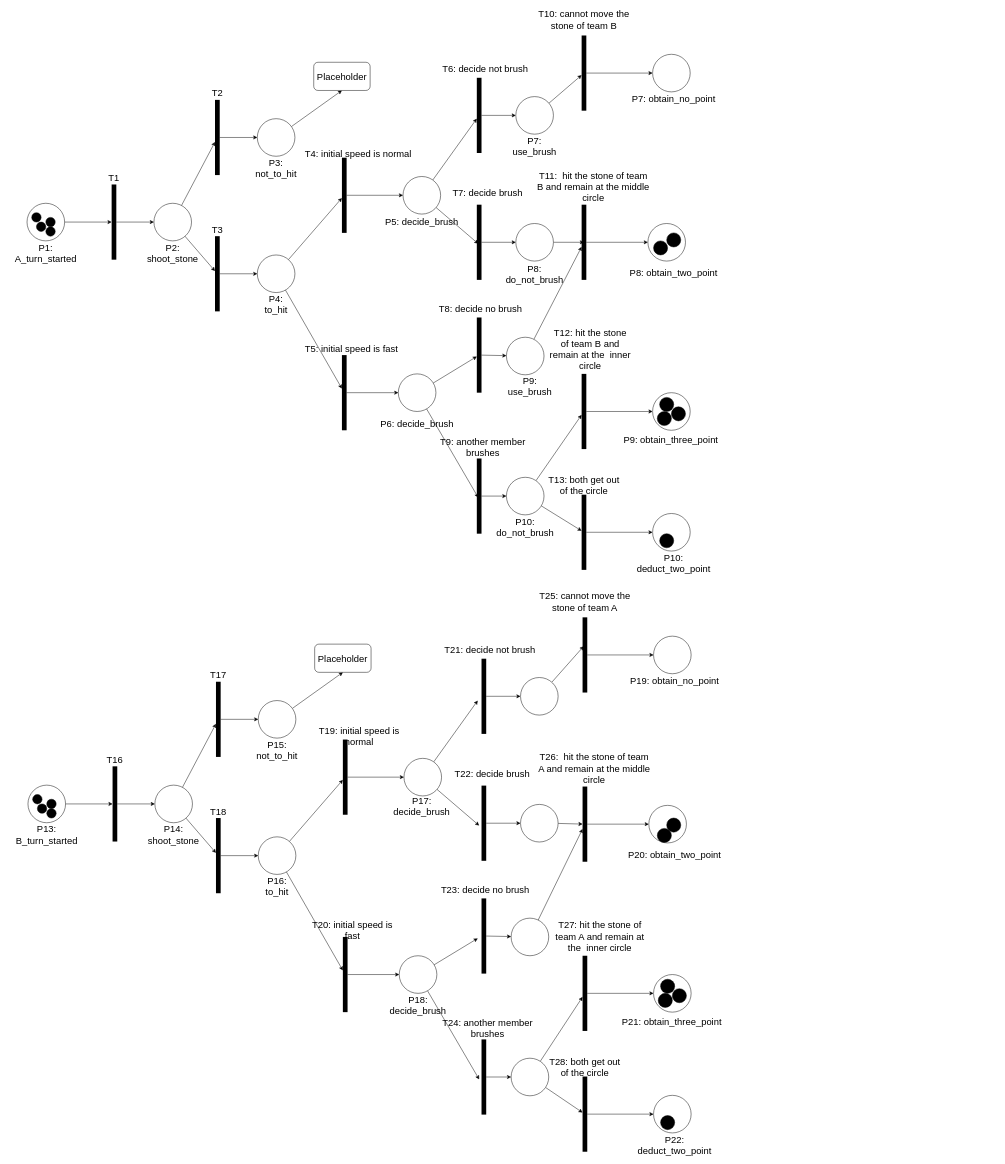
Earlier version of the draw.io diagram 3100asmt3Q2.2.drawio (wkng0/heyy). Source tidied: cells renumbered, new cells numbered last; positions are measured from the earlier drawing's top-left corner, leaving out a move shared by most shapes. Both pictures are drawn from the tidied source at 47%, with x=0, y=0 at pixel (8, 10).
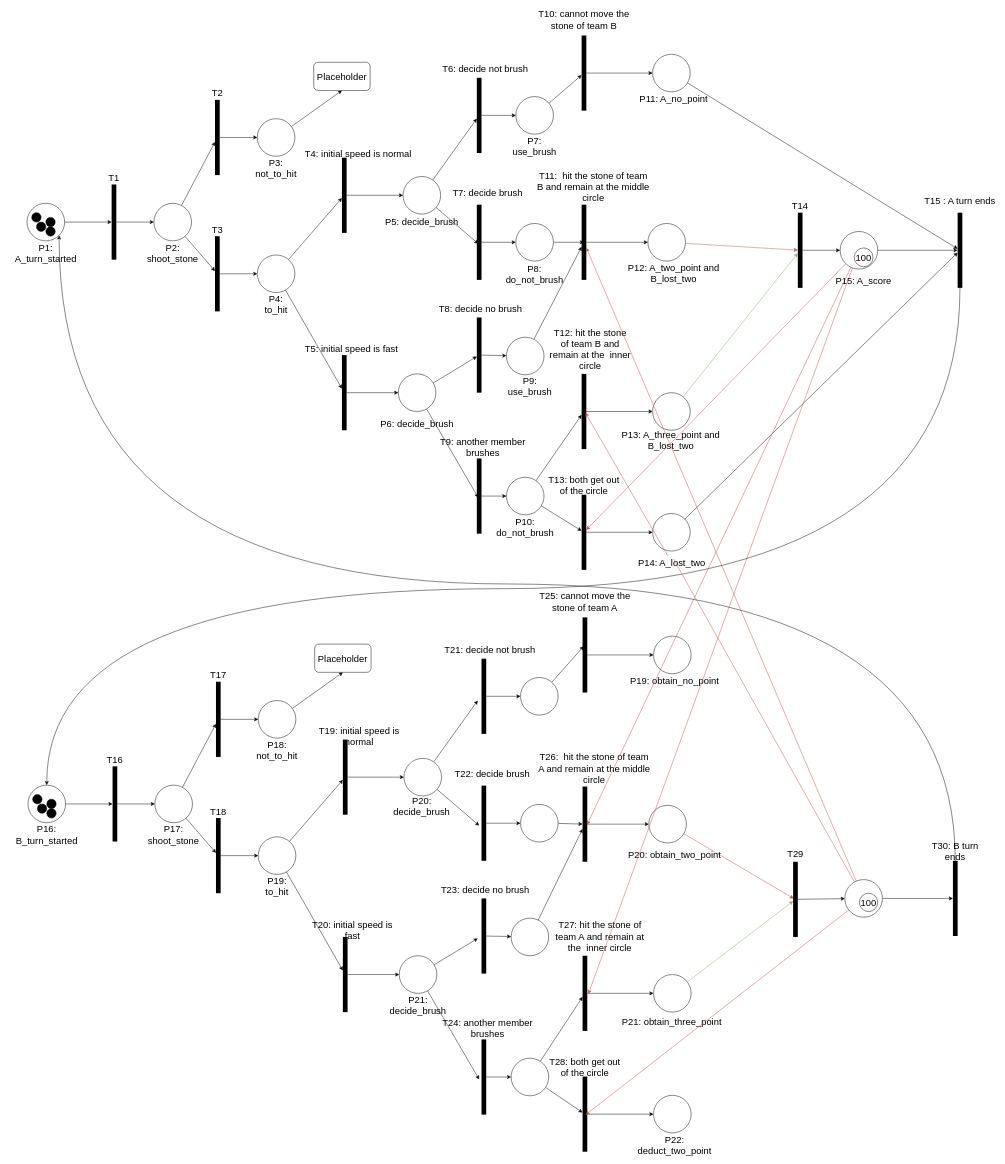
Above is the later version.

The change refers to these unchanged cells:
```xml
<mxCell id="3" style="ellipse;whiteSpace=wrap;html=1;fontSize=20;strokeWidth=1;fillColor=#FFFFFF;" parent="1" vertex="1">
  <mxGeometry x="40" y="410" width="80" height="80" as="geometry" />
</mxCell>
<mxCell id="58" style="ellipse;whiteSpace=wrap;html=1;fontSize=20;strokeWidth=1;fillColor=#FFFFFF;" parent="1" vertex="1">
  <mxGeometry x="1371" y="93" width="80" height="80" as="geometry" />
</mxCell>
<mxCell id="62" style="line;strokeWidth=10;direction=south;html=1;fontSize=20;fillColor=#FFFFFF;" parent="1" vertex="1">
  <mxGeometry x="1220" y="413" width="10" height="160" as="geometry" />
</mxCell>
<mxCell id="63" style="ellipse;whiteSpace=wrap;html=1;fontSize=20;strokeWidth=1;fillColor=#FFFFFF;" parent="1" vertex="1">
  <mxGeometry x="1361" y="453" width="80" height="80" as="geometry" />
</mxCell>
<mxCell id="66" style="line;strokeWidth=10;direction=south;html=1;fontSize=20;fillColor=#FFFFFF;" parent="1" vertex="1">
  <mxGeometry x="1220" y="773" width="10" height="160" as="geometry" />
</mxCell>
<mxCell id="68" style="ellipse;whiteSpace=wrap;html=1;fontSize=20;strokeWidth=1;fillColor=#FFFFFF;" parent="1" vertex="1">
  <mxGeometry x="1371" y="813" width="80" height="80" as="geometry" />
</mxCell>
<mxCell id="75" style="line;strokeWidth=10;direction=south;html=1;fontSize=20;fillColor=#FFFFFF;" parent="1" vertex="1">
  <mxGeometry x="1220" y="1030" width="10" height="160" as="geometry" />
</mxCell>
<mxCell id="77" style="ellipse;whiteSpace=wrap;html=1;fontSize=20;strokeColor=#000000;strokeWidth=1;fillColor=#FFFFFF;" parent="1" vertex="1">
  <mxGeometry x="1371" y="1070" width="80" height="80" as="geometry" />
</mxCell>
<mxCell id="81" style="ellipse;whiteSpace=wrap;html=1;fontSize=20;strokeWidth=1;fillColor=#FFFFFF;" parent="1" vertex="1">
  <mxGeometry x="42" y="1648" width="80" height="80" as="geometry" />
</mxCell>
<mxCell id="128" style="line;strokeWidth=10;direction=south;html=1;fontSize=20;fillColor=#FFFFFF;" parent="1" vertex="1">
  <mxGeometry x="1222" y="1651" width="10" height="160" as="geometry" />
</mxCell>
<mxCell id="129" style="ellipse;whiteSpace=wrap;html=1;fontSize=20;strokeWidth=1;fillColor=#FFFFFF;" parent="1" vertex="1">
  <mxGeometry x="1363" y="1691" width="80" height="80" as="geometry" />
</mxCell>
<mxCell id="132" style="line;strokeWidth=10;direction=south;html=1;fontSize=20;fillColor=#FFFFFF;" parent="1" vertex="1">
  <mxGeometry x="1222" y="2011" width="10" height="160" as="geometry" />
</mxCell>
<mxCell id="134" style="ellipse;whiteSpace=wrap;html=1;fontSize=20;strokeWidth=1;fillColor=#FFFFFF;" parent="1" vertex="1">
  <mxGeometry x="1373" y="2051" width="80" height="80" as="geometry" />
</mxCell>
<mxCell id="141" style="line;strokeWidth=10;direction=south;html=1;fontSize=20;fillColor=#FFFFFF;" parent="1" vertex="1">
  <mxGeometry x="1222" y="2268" width="10" height="160" as="geometry" />
</mxCell>
```

Diff of the diagram source:
```diff
@@
+    <mxCell id="184" style="edgeStyle=none;rounded=0;jettySize=auto;html=1;fontSize=20;" parent="1" edge="1" source="58" target="207">
+      <mxGeometry relative="1" as="geometry" />
+    </mxCell>
@@
-    <mxCell id="59" value="P7: obtain_no_point" style="text;html=1;strokeColor=none;fillColor=none;align=center;verticalAlign=middle;whiteSpace=wrap;rounded=0;fontSize=20;" parent="1" vertex="1">
+    <mxCell id="59" value="P11: A_no_point" style="text;html=1;strokeColor=none;fillColor=none;align=center;verticalAlign=middle;whiteSpace=wrap;rounded=0;fontSize=20;" parent="1" vertex="1">
       <mxGeometry x="1311" y="173" width="210" height="30" as="geometry" />
     </mxCell>
@@
+    <mxCell id="185" style="edgeStyle=none;rounded=0;jettySize=auto;html=1;fontSize=20;fillColor=#f8cecc;strokeColor=#b85450;" parent="1" edge="1" source="63" target="191">
+      <mxGeometry relative="1" as="geometry" />
+    </mxCell>
@@
-    <mxCell id="64" value="P8: obtain_two_point" style="text;html=1;strokeColor=none;fillColor=none;align=center;verticalAlign=middle;whiteSpace=wrap;rounded=0;fontSize=20;" parent="1" vertex="1">
+    <mxCell id="64" value="P12: A_two_point and B_lost_two" style="text;html=1;strokeColor=none;fillColor=none;align=center;verticalAlign=middle;whiteSpace=wrap;rounded=0;fontSize=20;" parent="1" vertex="1">
       <mxGeometry x="1306" y="543" width="220" height="30" as="geometry" />
     </mxCell>
@@
+    <mxCell id="186" style="edgeStyle=none;rounded=0;jettySize=auto;html=1;fontSize=20;fillColor=#d5e8d4;strokeColor=#82b366;" parent="1" edge="1" source="68" target="191">
+      <mxGeometry relative="1" as="geometry" />
+    </mxCell>
@@
-    <mxCell id="69" value="P9: obtain_three_point" style="text;html=1;strokeColor=none;fillColor=none;align=center;verticalAlign=middle;whiteSpace=wrap;rounded=0;fontSize=20;" parent="1" vertex="1">
+    <mxCell id="69" value="P13: A_three_point and B_lost_two" style="text;html=1;strokeColor=none;fillColor=none;align=center;verticalAlign=middle;whiteSpace=wrap;rounded=0;fontSize=20;" parent="1" vertex="1">
       <mxGeometry x="1300" y="898" width="220" height="30" as="geometry" />
     </mxCell>
-    <mxCell id="70" style="ellipse;whiteSpace=wrap;html=1;fontSize=20;strokeWidth=1;fillColor=#000000;" parent="1" vertex="1">
-      <mxGeometry x="1373" y="490" width="30" height="30" as="geometry" />
-    </mxCell>
-    <mxCell id="71" style="ellipse;whiteSpace=wrap;html=1;fontSize=20;strokeWidth=1;fillColor=#000000;" parent="1" vertex="1">
-      <mxGeometry x="1411" y="843" width="30" height="30" as="geometry" />
-    </mxCell>
-    <mxCell id="72" style="ellipse;whiteSpace=wrap;html=1;fontSize=20;strokeWidth=1;fillColor=#000000;" parent="1" vertex="1">
-      <mxGeometry x="1381" y="853" width="30" height="30" as="geometry" />
-    </mxCell>
@@
+    <mxCell id="187" style="rounded=0;jettySize=auto;html=1;fontSize=20;" parent="1" edge="1" source="77" target="207">
+      <mxGeometry relative="1" as="geometry" />
+    </mxCell>
@@
-    <mxCell id="78" value="P10: deduct_two_point" style="text;html=1;strokeColor=none;fillColor=none;align=center;verticalAlign=middle;whiteSpace=wrap;rounded=0;fontSize=20;" parent="1" vertex="1">
-      <mxGeometry x="1386" y="1160" width="60" height="30" as="geometry" />
-    </mxCell>
-    <mxCell id="79" style="ellipse;whiteSpace=wrap;html=1;fontSize=20;strokeWidth=1;fillColor=#000000;" parent="1" vertex="1">
-      <mxGeometry x="1386" y="1113" width="30" height="30" as="geometry" />
-    </mxCell>
@@
-    <mxCell id="82" value="P13: B_turn_started" style="text;html=1;strokeColor=none;fillColor=none;align=center;verticalAlign=middle;whiteSpace=wrap;rounded=0;fontSize=20;" parent="1" vertex="1">
+    <mxCell id="82" value="P16: B_turn_started" style="text;html=1;strokeColor=none;fillColor=none;align=center;verticalAlign=middle;whiteSpace=wrap;rounded=0;fontSize=20;" parent="1" vertex="1">
       <mxGeometry x="2" y="1738" width="160" height="30" as="geometry" />
     </mxCell>
@@
-    <mxCell id="93" value="P14: shoot_stone" style="text;html=1;strokeColor=none;fillColor=none;align=center;verticalAlign=middle;whiteSpace=wrap;rounded=0;fontSize=20;" parent="1" vertex="1">
+    <mxCell id="93" value="P17: shoot_stone" style="text;html=1;strokeColor=none;fillColor=none;align=center;verticalAlign=middle;whiteSpace=wrap;rounded=0;fontSize=20;" parent="1" vertex="1">
       <mxGeometry x="322" y="1738" width="60" height="30" as="geometry" />
     </mxCell>
@@
-    <mxCell id="99" value="P15: not_to_hit" style="text;html=1;strokeColor=none;fillColor=none;align=center;verticalAlign=middle;whiteSpace=wrap;rounded=0;fontSize=20;" parent="1" vertex="1">
+    <mxCell id="99" value="P18: not_to_hit" style="text;html=1;strokeColor=none;fillColor=none;align=center;verticalAlign=middle;whiteSpace=wrap;rounded=0;fontSize=20;" parent="1" vertex="1">
       <mxGeometry x="542" y="1558" width="60" height="30" as="geometry" />
     </mxCell>
@@
-    <mxCell id="107" value="P16:&lt;br&gt;to_hit" style="text;html=1;strokeColor=none;fillColor=none;align=center;verticalAlign=middle;whiteSpace=wrap;rounded=0;fontSize=20;" parent="1" vertex="1">
+    <mxCell id="107" value="P19:&lt;br&gt;to_hit" style="text;html=1;strokeColor=none;fillColor=none;align=center;verticalAlign=middle;whiteSpace=wrap;rounded=0;fontSize=20;" parent="1" vertex="1">
       <mxGeometry x="542" y="1848" width="60" height="30" as="geometry" />
     </mxCell>
@@
-    <mxCell id="116" value="P17: decide_brush" style="text;html=1;strokeColor=none;fillColor=none;align=center;verticalAlign=middle;whiteSpace=wrap;rounded=0;fontSize=20;" parent="1" vertex="1">
+    <mxCell id="116" value="P20: decide_brush" style="text;html=1;strokeColor=none;fillColor=none;align=center;verticalAlign=middle;whiteSpace=wrap;rounded=0;fontSize=20;" parent="1" vertex="1">
       <mxGeometry x="800" y="1678" width="160" height="30" as="geometry" />
     </mxCell>
@@
-    <mxCell id="120" value="P18: decide_brush" style="text;html=1;strokeColor=none;fillColor=none;align=center;verticalAlign=middle;whiteSpace=wrap;rounded=0;fontSize=20;" parent="1" vertex="1">
+    <mxCell id="120" value="P21: decide_brush" style="text;html=1;strokeColor=none;fillColor=none;align=center;verticalAlign=middle;whiteSpace=wrap;rounded=0;fontSize=20;" parent="1" vertex="1">
       <mxGeometry x="792" y="2101" width="160" height="30" as="geometry" />
     </mxCell>
@@
+    <mxCell id="188" style="edgeStyle=none;rounded=0;jettySize=auto;html=1;entryX=0.49;entryY=0.857;entryDx=0;entryDy=0;entryPerimeter=0;fontSize=20;fillColor=#f8cecc;strokeColor=#b85450;" parent="1" edge="1" source="129" target="199">
+      <mxGeometry relative="1" as="geometry" />
+    </mxCell>
@@
+    <mxCell id="189" style="edgeStyle=none;rounded=0;jettySize=auto;html=1;fontSize=20;fillColor=#d5e8d4;strokeColor=#82b366;" parent="1" edge="1" source="134" target="199">
+      <mxGeometry relative="1" as="geometry" />
+    </mxCell>
@@
-    <mxCell id="136" style="ellipse;whiteSpace=wrap;html=1;fontSize=20;strokeWidth=1;fillColor=#000000;" parent="1" vertex="1">
-      <mxGeometry x="1381" y="1740" width="30" height="30" as="geometry" />
-    </mxCell>
-    <mxCell id="137" style="ellipse;whiteSpace=wrap;html=1;fontSize=20;strokeWidth=1;fillColor=#000000;" parent="1" vertex="1">
-      <mxGeometry x="1413" y="2081" width="30" height="30" as="geometry" />
-    </mxCell>
-    <mxCell id="138" style="ellipse;whiteSpace=wrap;html=1;fontSize=20;strokeWidth=1;fillColor=#000000;" parent="1" vertex="1">
-      <mxGeometry x="1383" y="2091" width="30" height="30" as="geometry" />
-    </mxCell>
@@
-    <mxCell id="145" style="ellipse;whiteSpace=wrap;html=1;fontSize=20;strokeWidth=1;fillColor=#000000;" parent="1" vertex="1">
-      <mxGeometry x="1388" y="2351" width="30" height="30" as="geometry" />
-    </mxCell>
-    <mxCell id="146" style="ellipse;whiteSpace=wrap;html=1;fontSize=20;strokeWidth=1;fillColor=#000000;" parent="1" vertex="1">
-      <mxGeometry x="1401" y="473" width="30" height="30" as="geometry" />
-    </mxCell>
-    <mxCell id="147" style="ellipse;whiteSpace=wrap;html=1;fontSize=20;strokeWidth=1;fillColor=#000000;" parent="1" vertex="1">
-      <mxGeometry x="1386" y="823" width="30" height="30" as="geometry" />
-    </mxCell>
-    <mxCell id="148" style="ellipse;whiteSpace=wrap;html=1;fontSize=20;strokeWidth=1;fillColor=#000000;" parent="1" vertex="1">
-      <mxGeometry x="1401" y="1718" width="30" height="30" as="geometry" />
-    </mxCell>
-    <mxCell id="149" style="ellipse;whiteSpace=wrap;html=1;fontSize=20;strokeWidth=1;fillColor=#000000;" parent="1" vertex="1">
-      <mxGeometry x="1388" y="2061" width="30" height="30" as="geometry" />
-    </mxCell>
@@
+    <mxCell id="190" style="edgeStyle=none;rounded=0;jettySize=auto;html=1;entryX=0;entryY=0.5;entryDx=0;entryDy=0;fontSize=20;" parent="1" edge="1" source="191" target="196">
+      <mxGeometry relative="1" as="geometry" />
+    </mxCell>
+    <mxCell id="191" style="line;strokeWidth=10;direction=south;html=1;fontSize=20;fillColor=#FFFFFF;" parent="1" vertex="1">
+      <mxGeometry x="1680" y="430" width="10" height="160" as="geometry" />
+    </mxCell>
+    <mxCell id="192" style="edgeStyle=none;rounded=0;jettySize=auto;html=1;fontSize=20;fillColor=#f8cecc;strokeColor=#b85450;" parent="1" edge="1" source="196" target="75">
+      <mxGeometry relative="1" as="geometry" />
+    </mxCell>
+    <mxCell id="193" style="edgeStyle=none;rounded=0;jettySize=auto;html=1;fontSize=20;" parent="1" edge="1" source="196" target="207">
+      <mxGeometry relative="1" as="geometry" />
+    </mxCell>
+    <mxCell id="194" style="edgeStyle=none;rounded=0;jettySize=auto;html=1;entryX=0.508;entryY=0.057;entryDx=0;entryDy=0;entryPerimeter=0;fontSize=20;fillColor=#f8cecc;strokeColor=#b85450;" parent="1" edge="1" source="196" target="128">
+      <mxGeometry relative="1" as="geometry" />
+    </mxCell>
+    <mxCell id="195" style="edgeStyle=none;rounded=0;jettySize=auto;html=1;entryX=0.508;entryY=-0.229;entryDx=0;entryDy=0;entryPerimeter=0;fontSize=20;fillColor=#f8cecc;strokeColor=#b85450;" parent="1" edge="1" source="196" target="132">
+      <mxGeometry relative="1" as="geometry" />
+    </mxCell>
+    <mxCell id="196" style="ellipse;whiteSpace=wrap;html=1;fontSize=20;" parent="1" vertex="1">
+      <mxGeometry x="1770" y="470" width="80" height="80" as="geometry" />
+    </mxCell>
+    <mxCell id="197" value="100" style="ellipse;whiteSpace=wrap;html=1;fontSize=20;" parent="1" vertex="1">
+      <mxGeometry x="1800" y="505" width="40" height="40" as="geometry" />
+    </mxCell>
+    <mxCell id="198" style="edgeStyle=none;rounded=0;jettySize=auto;html=1;fontSize=20;" parent="1" edge="1" source="199" target="204">
+      <mxGeometry relative="1" as="geometry" />
+    </mxCell>
+    <mxCell id="199" style="line;strokeWidth=10;direction=south;html=1;fontSize=20;fillColor=#FFFFFF;" parent="1" vertex="1">
+      <mxGeometry x="1670" y="1811" width="10" height="160" as="geometry" />
+    </mxCell>
+    <mxCell id="200" style="edgeStyle=none;rounded=0;jettySize=auto;html=1;fontSize=20;fillColor=#f8cecc;strokeColor=#b85450;" parent="1" edge="1" source="204" target="62">
+      <mxGeometry relative="1" as="geometry" />
+    </mxCell>
+    <mxCell id="201" style="edgeStyle=none;rounded=0;jettySize=auto;html=1;entryX=0.516;entryY=0.2;entryDx=0;entryDy=0;entryPerimeter=0;fontSize=20;fillColor=#f8cecc;strokeColor=#b85450;startArrow=none;" parent="1" edge="1" source="78" target="66">
+      <mxGeometry relative="1" as="geometry" />
+    </mxCell>
+    <mxCell id="202" style="edgeStyle=none;rounded=0;jettySize=auto;html=1;entryX=0.509;entryY=0.343;entryDx=0;entryDy=0;entryPerimeter=0;fontSize=20;fillColor=#f8cecc;strokeColor=#b85450;" parent="1" edge="1" source="204" target="141">
+      <mxGeometry relative="1" as="geometry" />
+    </mxCell>
+    <mxCell id="203" style="edgeStyle=none;rounded=0;jettySize=auto;html=1;fontSize=20;" parent="1" edge="1" source="204" target="210">
+      <mxGeometry relative="1" as="geometry" />
+    </mxCell>
+    <mxCell id="204" style="ellipse;whiteSpace=wrap;html=1;fontSize=20;" parent="1" vertex="1">
+      <mxGeometry x="1780" y="1849" width="80" height="80" as="geometry" />
+    </mxCell>
+    <mxCell id="205" value="100" style="ellipse;whiteSpace=wrap;html=1;fontSize=20;" parent="1" vertex="1">
+      <mxGeometry x="1811" y="1878" width="39" height="39" as="geometry" />
+    </mxCell>
+    <mxCell id="206" style="edgeStyle=orthogonalEdgeStyle;rounded=0;jettySize=auto;html=1;entryX=0.5;entryY=0;entryDx=0;entryDy=0;fontSize=20;curved=1;" parent="1" edge="1" source="207" target="81">
+      <mxGeometry relative="1" as="geometry">
+        <Array as="points">
+          <mxPoint x="2025" y="1230" />
+          <mxPoint x="82" y="1230" />
+        </Array>
+      </mxGeometry>
+    </mxCell>
+    <mxCell id="207" style="line;strokeWidth=10;direction=south;html=1;fontSize=20;fillColor=#FFFFFF;" parent="1" vertex="1">
+      <mxGeometry x="2020" y="430" width="10" height="160" as="geometry" />
+    </mxCell>
+    <mxCell id="208" value="T15 : A turn ends" style="text;html=1;strokeColor=none;fillColor=none;align=center;verticalAlign=middle;whiteSpace=wrap;rounded=0;fontSize=20;" parent="1" vertex="1">
+      <mxGeometry x="1945" y="390" width="160" height="30" as="geometry" />
+    </mxCell>
+    <mxCell id="209" style="edgeStyle=orthogonalEdgeStyle;rounded=0;jettySize=auto;html=1;entryX=1;entryY=1;entryDx=0;entryDy=0;fontSize=20;curved=1;" parent="1" edge="1" source="210" target="3">
+      <mxGeometry relative="1" as="geometry">
+        <Array as="points">
+          <mxPoint x="2015" y="1220" />
+          <mxPoint x="108" y="1220" />
+        </Array>
+      </mxGeometry>
+    </mxCell>
+    <mxCell id="210" style="line;strokeWidth=10;direction=south;html=1;fontSize=20;fillColor=#FFFFFF;" parent="1" vertex="1">
+      <mxGeometry x="2010" y="1809" width="10" height="160" as="geometry" />
+    </mxCell>
+    <mxCell id="78" value="P14: A_lost_two" style="text;html=1;strokeColor=none;fillColor=none;align=center;verticalAlign=middle;whiteSpace=wrap;rounded=0;fontSize=20;" parent="1" vertex="1">
+      <mxGeometry x="1315" y="1160" width="194" height="30" as="geometry" />
+    </mxCell>
+    <mxCell id="211" style="edgeStyle=none;rounded=0;jettySize=auto;html=1;entryX=0.516;entryY=0.2;entryDx=0;entryDy=0;entryPerimeter=0;fontSize=20;fillColor=#f8cecc;strokeColor=#b85450;endArrow=none;" parent="1" edge="1" source="204" target="78">
+      <mxGeometry relative="1" as="geometry" />
+    </mxCell>
+    <mxCell id="212" value="P15: A_score" style="text;html=1;strokeColor=none;fillColor=none;align=center;verticalAlign=middle;whiteSpace=wrap;rounded=0;fontSize=20;" parent="1" vertex="1">
+      <mxGeometry x="1740" y="560" width="160" height="30" as="geometry" />
+    </mxCell>
+    <mxCell id="213" value="T14" style="text;html=1;strokeColor=none;fillColor=none;align=center;verticalAlign=middle;whiteSpace=wrap;rounded=0;fontSize=20;" parent="1" vertex="1">
+      <mxGeometry x="1655" y="400" width="60" height="30" as="geometry" />
+    </mxCell>
+    <mxCell id="214" value="T29" style="text;html=1;strokeColor=none;fillColor=none;align=center;verticalAlign=middle;whiteSpace=wrap;rounded=0;fontSize=20;" parent="1" vertex="1">
+      <mxGeometry x="1645" y="1779" width="60" height="30" as="geometry" />
+    </mxCell>
+    <mxCell id="215" value="T30: B turn ends" style="text;html=1;strokeColor=none;fillColor=none;align=center;verticalAlign=middle;whiteSpace=wrap;rounded=0;fontSize=20;" parent="1" vertex="1">
+      <mxGeometry x="1960" y="1768" width="110" height="40" as="geometry" />
+    </mxCell>
```
